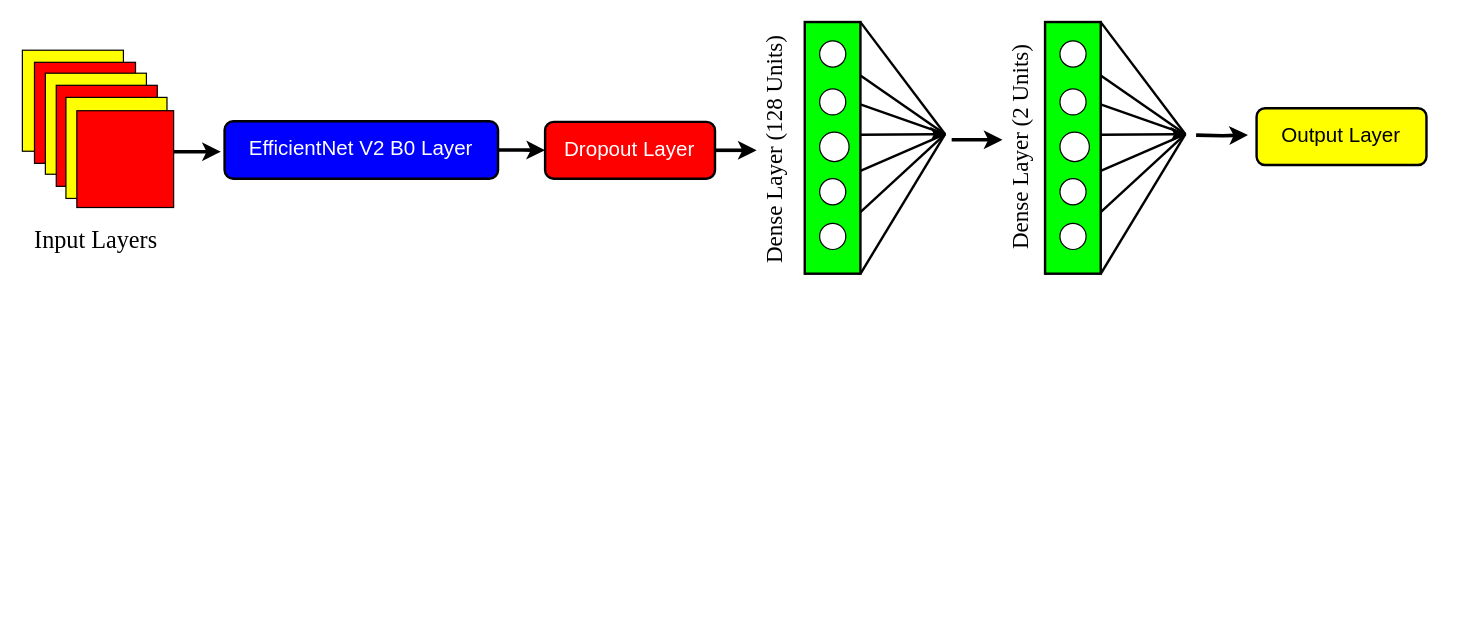
a3X3k/-Random- keeps this draw.io diagram as EfficientNet V2 B0.drawio. Above is the earlier version. Source tidied: cells renumbered, new cells numbered last; positions are measured from the earlier drawing's top-left corner, leaving out a move shared by most shapes. Both pictures are drawn from the tidied source at 121%, with x=0, y=0 at pixel (22, 22).
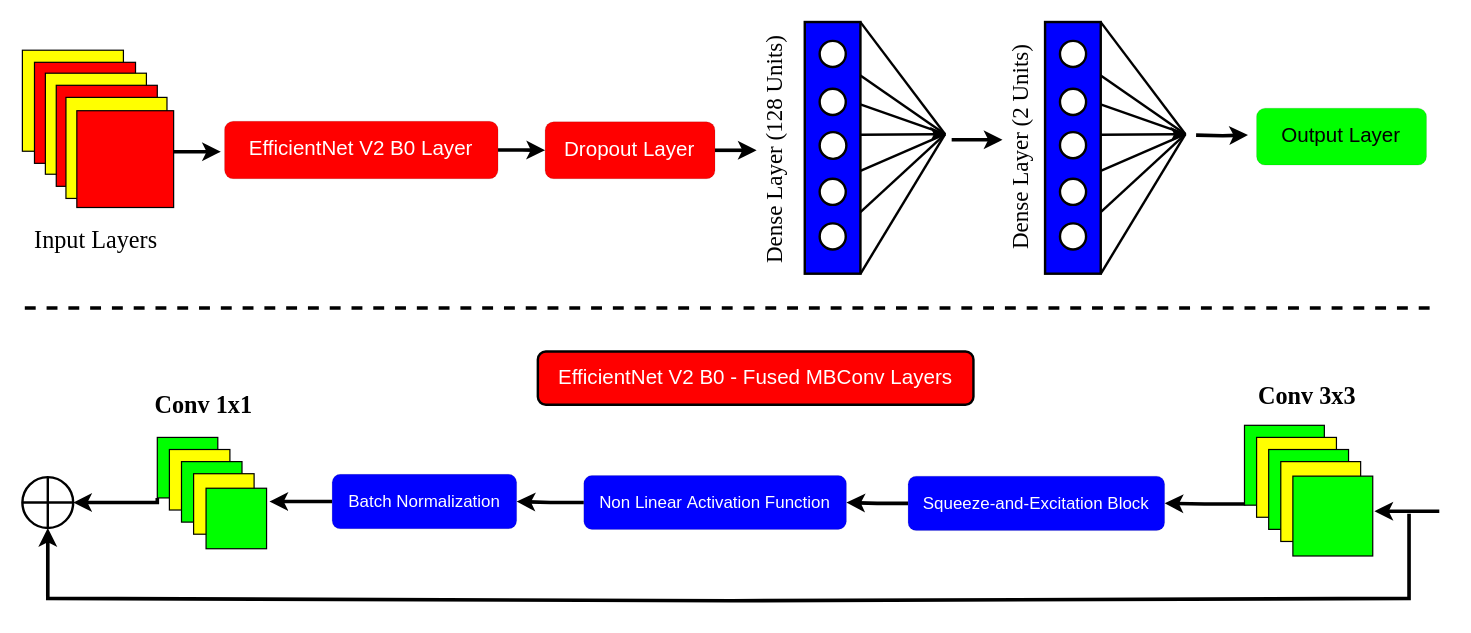
The same page after the edit.

Diff of the diagram source:
```diff
@@
-    <mxCell id="8" style="rounded=0;whiteSpace=wrap;html=1;shadow=0;glass=0;sketch=0;fillStyle=auto;strokeColor=#000000;strokeWidth=2;fillColor=#00FF00;gradientColor=none;direction=south;textDirection=ltr;horizontal=0;fontFamily=Times New Roman;fontSize=20;" parent="1" vertex="1">
+    <mxCell id="8" style="rounded=0;whiteSpace=wrap;html=1;shadow=0;glass=0;sketch=0;fillStyle=auto;strokeColor=#000000;strokeWidth=2;fillColor=#0000FF;gradientColor=none;direction=south;textDirection=ltr;horizontal=0;fontFamily=Times New Roman;fontSize=20;" parent="1" vertex="1">
       <mxGeometry x="646.6" y="-0.3" width="46" height="208" as="geometry" />
     </mxCell>
-    <mxCell id="9" style="ellipse;whiteSpace=wrap;html=1;rounded=0;shadow=0;glass=0;sketch=0;fillStyle=auto;strokeColor=#000000;strokeWidth=1;fontFamily=Times New Roman;fontSize=20;fillColor=#FFFFFF;gradientColor=none;" parent="1" vertex="1">
+    <mxCell id="9" style="ellipse;whiteSpace=wrap;html=1;rounded=0;shadow=0;glass=0;sketch=0;fillStyle=auto;strokeColor=#000000;strokeWidth=2;fontFamily=Times New Roman;fontSize=20;fillColor=#FFFFFF;gradientColor=none;" parent="1" vertex="1">
       <mxGeometry x="658.9" y="15.3" width="21.6" height="21.6" as="geometry" />
     </mxCell>
@@
-    <mxCell id="11" style="ellipse;whiteSpace=wrap;html=1;rounded=0;shadow=0;glass=0;sketch=0;fillStyle=auto;strokeColor=#000000;strokeWidth=1;fontFamily=Times New Roman;fontSize=20;fillColor=#FFFFFF;gradientColor=none;" parent="1" vertex="1">
+    <mxCell id="11" style="ellipse;whiteSpace=wrap;html=1;rounded=0;shadow=0;glass=0;sketch=0;fillStyle=auto;strokeColor=#000000;strokeWidth=2;fontFamily=Times New Roman;fontSize=20;fillColor=#FFFFFF;gradientColor=none;" parent="1" vertex="1">
       <mxGeometry x="658.9" y="54.9" width="21.6" height="21.6" as="geometry" />
     </mxCell>
-    <mxCell id="12" style="ellipse;whiteSpace=wrap;html=1;rounded=0;shadow=0;glass=0;sketch=0;fillStyle=auto;strokeColor=#000000;strokeWidth=1;fontFamily=Times New Roman;fontSize=20;fillColor=#FFFFFF;gradientColor=none;" parent="1" vertex="1">
-      <mxGeometry x="658.9" y="90.7" width="24.3" height="24.3" as="geometry" />
+    <mxCell id="12" style="ellipse;whiteSpace=wrap;html=1;rounded=0;shadow=0;glass=0;sketch=0;fillStyle=auto;strokeColor=#000000;strokeWidth=2;fontFamily=Times New Roman;fontSize=20;fillColor=#FFFFFF;gradientColor=none;" parent="1" vertex="1">
+      <mxGeometry x="658.9" y="90.7" width="22.1" height="22.1" as="geometry" />
     </mxCell>
-    <mxCell id="13" style="ellipse;whiteSpace=wrap;html=1;rounded=0;shadow=0;glass=0;sketch=0;fillStyle=auto;strokeColor=#000000;strokeWidth=1;fontFamily=Times New Roman;fontSize=20;fillColor=#FFFFFF;gradientColor=none;" parent="1" vertex="1">
+    <mxCell id="13" style="ellipse;whiteSpace=wrap;html=1;rounded=0;shadow=0;glass=0;sketch=0;fillStyle=auto;strokeColor=#000000;strokeWidth=2;fontFamily=Times New Roman;fontSize=20;fillColor=#FFFFFF;gradientColor=none;" parent="1" vertex="1">
       <mxGeometry x="658.9" y="129.2" width="21.6" height="21.6" as="geometry" />
     </mxCell>
-    <mxCell id="14" style="ellipse;whiteSpace=wrap;html=1;rounded=0;shadow=0;glass=0;sketch=0;fillStyle=auto;strokeColor=#000000;strokeWidth=1;fontFamily=Times New Roman;fontSize=20;fillColor=#FFFFFF;gradientColor=none;" parent="1" vertex="1">
+    <mxCell id="14" style="ellipse;whiteSpace=wrap;html=1;rounded=0;shadow=0;glass=0;sketch=0;fillStyle=auto;strokeColor=#000000;strokeWidth=2;fontFamily=Times New Roman;fontSize=20;fillColor=#FFFFFF;gradientColor=none;" parent="1" vertex="1">
       <mxGeometry x="658.9" y="166.1" width="21.6" height="21.6" as="geometry" />
     </mxCell>
@@
-    <mxCell id="24" value="&lt;font color=&quot;#ffffff&quot; style=&quot;font-size: 17px;&quot;&gt;Dropout Layer&lt;/font&gt;" style="rounded=1;whiteSpace=wrap;html=1;fillColor=#FF0000;strokeWidth=2;" parent="1" vertex="1">
+    <mxCell id="24" value="&lt;font color=&quot;#ffffff&quot; style=&quot;font-size: 17px;&quot;&gt;Dropout Layer&lt;/font&gt;" style="rounded=1;whiteSpace=wrap;html=1;fillColor=#FF0000;strokeWidth=0;" parent="1" vertex="1">
       <mxGeometry x="432" y="82.2" width="140.4" height="47" as="geometry" />
     </mxCell>
@@
-    <mxCell id="26" value="&lt;font color=&quot;#ffffff&quot; style=&quot;font-size: 17px;&quot;&gt;EfficientNet V2 B0 Layer&lt;/font&gt;" style="rounded=1;whiteSpace=wrap;html=1;rotation=0;horizontal=1;fillColor=#0000FF;strokeWidth=2;" parent="1" vertex="1">
+    <mxCell id="26" value="&lt;font color=&quot;#ffffff&quot; style=&quot;font-size: 17px;&quot;&gt;EfficientNet V2 B0 Layer&lt;/font&gt;" style="rounded=1;whiteSpace=wrap;html=1;rotation=0;horizontal=1;fillColor=#FF0000;strokeWidth=0;" parent="1" vertex="1">
       <mxGeometry x="167.1" y="81.7" width="226" height="47.5" as="geometry" />
     </mxCell>
-    <mxCell id="27" style="rounded=0;whiteSpace=wrap;html=1;shadow=0;glass=0;sketch=0;fillStyle=auto;strokeColor=#000000;strokeWidth=2;fillColor=#00FF00;gradientColor=none;direction=south;textDirection=ltr;horizontal=0;fontFamily=Times New Roman;fontSize=20;" parent="1" vertex="1">
+    <mxCell id="27" style="rounded=0;whiteSpace=wrap;html=1;shadow=0;glass=0;sketch=0;fillStyle=auto;strokeColor=#000000;strokeWidth=2;fillColor=#0000FF;gradientColor=none;direction=south;textDirection=ltr;horizontal=0;fontFamily=Times New Roman;fontSize=20;" parent="1" vertex="1">
       <mxGeometry x="845.2" y="-0.3" width="46" height="208" as="geometry" />
     </mxCell>
-    <mxCell id="28" style="ellipse;whiteSpace=wrap;html=1;rounded=0;shadow=0;glass=0;sketch=0;fillStyle=auto;strokeColor=#000000;strokeWidth=1;fontFamily=Times New Roman;fontSize=20;fillColor=#FFFFFF;gradientColor=none;" parent="1" vertex="1">
+    <mxCell id="28" style="ellipse;whiteSpace=wrap;html=1;rounded=0;shadow=0;glass=0;sketch=0;fillStyle=auto;strokeColor=#000000;strokeWidth=2;fontFamily=Times New Roman;fontSize=20;fillColor=#FFFFFF;gradientColor=none;" parent="1" vertex="1">
       <mxGeometry x="857.5" y="15.3" width="21.6" height="21.6" as="geometry" />
     </mxCell>
-    <mxCell id="29" style="ellipse;whiteSpace=wrap;html=1;rounded=0;shadow=0;glass=0;sketch=0;fillStyle=auto;strokeColor=#000000;strokeWidth=1;fontFamily=Times New Roman;fontSize=20;fillColor=#FFFFFF;gradientColor=none;" parent="1" vertex="1">
+    <mxCell id="29" style="ellipse;whiteSpace=wrap;html=1;rounded=0;shadow=0;glass=0;sketch=0;fillStyle=auto;strokeColor=#000000;strokeWidth=2;fontFamily=Times New Roman;fontSize=20;fillColor=#FFFFFF;gradientColor=none;" parent="1" vertex="1">
       <mxGeometry x="857.5" y="54.9" width="21.6" height="21.6" as="geometry" />
     </mxCell>
-    <mxCell id="30" style="ellipse;whiteSpace=wrap;html=1;rounded=0;shadow=0;glass=0;sketch=0;fillStyle=auto;strokeColor=#000000;strokeWidth=1;fontFamily=Times New Roman;fontSize=20;fillColor=#FFFFFF;gradientColor=none;" parent="1" vertex="1">
-      <mxGeometry x="857.5" y="90.7" width="24.3" height="24.3" as="geometry" />
+    <mxCell id="30" style="ellipse;whiteSpace=wrap;html=1;rounded=0;shadow=0;glass=0;sketch=0;fillStyle=auto;strokeColor=#000000;strokeWidth=2;fontFamily=Times New Roman;fontSize=20;fillColor=#FFFFFF;gradientColor=none;" parent="1" vertex="1">
+      <mxGeometry x="857.5" y="90.7" width="21.6" height="21.6" as="geometry" />
     </mxCell>
-    <mxCell id="31" style="ellipse;whiteSpace=wrap;html=1;rounded=0;shadow=0;glass=0;sketch=0;fillStyle=auto;strokeColor=#000000;strokeWidth=1;fontFamily=Times New Roman;fontSize=20;fillColor=#FFFFFF;gradientColor=none;" parent="1" vertex="1">
+    <mxCell id="31" style="ellipse;whiteSpace=wrap;html=1;rounded=0;shadow=0;glass=0;sketch=0;fillStyle=auto;strokeColor=#000000;strokeWidth=2;fontFamily=Times New Roman;fontSize=20;fillColor=#FFFFFF;gradientColor=none;" parent="1" vertex="1">
       <mxGeometry x="857.5" y="129.2" width="21.6" height="21.6" as="geometry" />
     </mxCell>
-    <mxCell id="32" style="ellipse;whiteSpace=wrap;html=1;rounded=0;shadow=0;glass=0;sketch=0;fillStyle=auto;strokeColor=#000000;strokeWidth=1;fontFamily=Times New Roman;fontSize=20;fillColor=#FFFFFF;gradientColor=none;" parent="1" vertex="1">
+    <mxCell id="32" style="ellipse;whiteSpace=wrap;html=1;rounded=0;shadow=0;glass=0;sketch=0;fillStyle=auto;strokeColor=#000000;strokeWidth=2;fontFamily=Times New Roman;fontSize=20;fillColor=#FFFFFF;gradientColor=none;" parent="1" vertex="1">
       <mxGeometry x="857.5" y="166.1" width="21.6" height="21.6" as="geometry" />
     </mxCell>
@@
-    <mxCell id="43" value="&lt;font style=&quot;font-size: 17px;&quot;&gt;Output Layer&lt;/font&gt;" style="rounded=1;whiteSpace=wrap;html=1;fillColor=#FFFF00;strokeWidth=2;" parent="1" vertex="1">
+    <mxCell id="43" value="&lt;font style=&quot;font-size: 17px;&quot;&gt;Output Layer&lt;/font&gt;" style="rounded=1;whiteSpace=wrap;html=1;fillColor=#00FF00;strokeWidth=0;" parent="1" vertex="1">
       <mxGeometry x="1020" y="70.9" width="140.4" height="47" as="geometry" />
     </mxCell>
@@
+    <mxCell id="45" style="endArrow=none;dashed=1;html=1;rounded=0;strokeWidth=3;" parent="1" edge="1">
+      <mxGeometry relative="1" as="geometry">
+        <mxPoint x="2" y="236" as="sourcePoint" />
+        <mxPoint x="1171" y="236" as="targetPoint" />
+      </mxGeometry>
+    </mxCell>
+    <mxCell id="46" value="&lt;font color=&quot;#ffffff&quot; style=&quot;font-size: 17px;&quot;&gt;&lt;font style=&quot;font-size: 17px;&quot;&gt;EfficientNet V2 B0 -&amp;nbsp;&lt;/font&gt;Fused MBConv Layers&lt;/font&gt;" style="rounded=1;whiteSpace=wrap;html=1;rotation=0;horizontal=1;fillColor=#FF0000;strokeWidth=2;" parent="1" vertex="1">
+      <mxGeometry x="426" y="272" width="360" height="44" as="geometry" />
+    </mxCell>
+    <mxCell id="47" style="edgeStyle=orthogonalEdgeStyle;rounded=0;jettySize=auto;html=1;exitX=0;exitY=0.5;exitDx=0;exitDy=0;strokeWidth=3;" parent="1" edge="1" source="48">
+      <mxGeometry relative="1" as="geometry">
+        <mxPoint x="204.2" y="396" as="targetPoint" />
+      </mxGeometry>
+    </mxCell>
+    <mxCell id="48" value="&lt;p style=&quot;line-height: 150%;&quot;&gt;&lt;font color=&quot;#ffffff&quot; style=&quot;font-size: 14px;&quot;&gt;Batch Normalization&lt;/font&gt;&lt;/p&gt;" style="rounded=1;whiteSpace=wrap;html=1;fillColor=#0000FF;strokeWidth=0;align=center;" parent="1" vertex="1">
+      <mxGeometry x="256" y="373.5" width="152.5" height="45" as="geometry" />
+    </mxCell>
+    <mxCell id="49" style="edgeStyle=orthogonalEdgeStyle;rounded=0;jettySize=auto;html=1;exitX=0;exitY=0.5;exitDx=0;exitDy=0;entryX=1;entryY=0.5;entryDx=0;entryDy=0;strokeWidth=3;" parent="1" edge="1" source="50" target="48">
+      <mxGeometry relative="1" as="geometry" />
+    </mxCell>
+    <mxCell id="50" value="&lt;p style=&quot;line-height: 150%;&quot;&gt;&lt;font color=&quot;#ffffff&quot; style=&quot;font-size: 14px;&quot;&gt;Non Linear&amp;nbsp;Activation Function&lt;/font&gt;&lt;/p&gt;" style="rounded=1;whiteSpace=wrap;html=1;fillColor=#0000FF;strokeWidth=0;align=center;" parent="1" vertex="1">
+      <mxGeometry x="464" y="374.5" width="217" height="44.5" as="geometry" />
+    </mxCell>
+    <mxCell id="51" style="edgeStyle=orthogonalEdgeStyle;rounded=0;jettySize=auto;html=1;exitX=0;exitY=1;exitDx=0;exitDy=0;entryX=1;entryY=0.5;entryDx=0;entryDy=0;strokeWidth=3;" parent="1" edge="1" source="52" target="66">
+      <mxGeometry relative="1" as="geometry">
+        <Array as="points">
+          <mxPoint x="112" y="397" />
+        </Array>
+      </mxGeometry>
+    </mxCell>
+    <mxCell id="52" style="whiteSpace=wrap;html=1;fillColor=#00FF00;shadow=0;strokeColor=#000000;rounded=0;sketch=0;glass=0;strokeWidth=1;fillStyle=auto;perimeterSpacing=0;fontSize=20;flipH=0;flipV=1;rotation=0;" parent="1" vertex="1">
+      <mxGeometry x="111.5" y="343" width="50" height="50" as="geometry" />
+    </mxCell>
+    <mxCell id="53" style="whiteSpace=wrap;html=1;fillColor=#FFFF00;shadow=0;strokeColor=#000000;rounded=0;sketch=0;glass=0;strokeWidth=1;fillStyle=auto;perimeterSpacing=0;fontSize=20;flipH=0;flipV=1;rotation=0;" parent="1" vertex="1">
+      <mxGeometry x="121.5" y="353" width="50" height="50" as="geometry" />
+    </mxCell>
+    <mxCell id="54" style="whiteSpace=wrap;html=1;fillColor=#00FF00;shadow=0;strokeColor=#000000;rounded=0;sketch=0;glass=0;strokeWidth=1;fillStyle=auto;perimeterSpacing=0;fontSize=20;flipH=0;flipV=1;rotation=0;" parent="1" vertex="1">
+      <mxGeometry x="131.5" y="363" width="50" height="50" as="geometry" />
+    </mxCell>
+    <mxCell id="55" style="whiteSpace=wrap;html=1;fillColor=#FFFF00;shadow=0;strokeColor=#000000;rounded=0;sketch=0;glass=0;strokeWidth=1;fillStyle=auto;perimeterSpacing=0;fontSize=20;flipH=0;flipV=1;rotation=0;" parent="1" vertex="1">
+      <mxGeometry x="141.5" y="373" width="50" height="50" as="geometry" />
+    </mxCell>
+    <mxCell id="56" style="edgeStyle=orthogonalEdgeStyle;rounded=0;jettySize=auto;html=1;exitX=0;exitY=0.5;exitDx=0;exitDy=0;entryX=1;entryY=0.5;entryDx=0;entryDy=0;strokeWidth=3;" parent="1" edge="1" source="57" target="50">
+      <mxGeometry relative="1" as="geometry" />
+    </mxCell>
+    <mxCell id="57" value="&lt;p style=&quot;line-height: 150%;&quot;&gt;&lt;font color=&quot;#ffffff&quot; style=&quot;font-size: 14px;&quot;&gt;Squeeze-and-Excitation Block&lt;/font&gt;&lt;/p&gt;" style="rounded=1;whiteSpace=wrap;html=1;fillColor=#0000FF;strokeWidth=0;align=center;" parent="1" vertex="1">
+      <mxGeometry x="732" y="375" width="212" height="45" as="geometry" />
+    </mxCell>
+    <mxCell id="58" style="edgeStyle=orthogonalEdgeStyle;rounded=0;jettySize=auto;html=1;exitX=0;exitY=1;exitDx=0;exitDy=0;entryX=1;entryY=0.5;entryDx=0;entryDy=0;strokeWidth=3;" parent="1" edge="1" source="59" target="57">
+      <mxGeometry relative="1" as="geometry">
+        <Array as="points">
+          <mxPoint x="1010" y="398" />
+          <mxPoint x="977" y="398" />
+        </Array>
+      </mxGeometry>
+    </mxCell>
+    <mxCell id="59" style="whiteSpace=wrap;html=1;fillColor=#00FF00;shadow=0;strokeColor=#000000;rounded=0;sketch=0;glass=0;strokeWidth=1;fillStyle=auto;perimeterSpacing=0;fontSize=20;flipH=0;flipV=1;rotation=0;" parent="1" vertex="1">
+      <mxGeometry x="1010" y="333" width="66" height="66" as="geometry" />
+    </mxCell>
+    <mxCell id="60" style="whiteSpace=wrap;html=1;fillColor=#FFFF00;shadow=0;strokeColor=#000000;rounded=0;sketch=0;glass=0;strokeWidth=1;fillStyle=auto;perimeterSpacing=0;fontSize=20;flipH=0;flipV=1;rotation=0;" parent="1" vertex="1">
+      <mxGeometry x="1020" y="343" width="66" height="66" as="geometry" />
+    </mxCell>
+    <mxCell id="61" style="whiteSpace=wrap;html=1;fillColor=#00FF00;shadow=0;strokeColor=#000000;rounded=0;sketch=0;glass=0;strokeWidth=1;fillStyle=auto;perimeterSpacing=0;fontSize=20;flipH=0;flipV=1;rotation=0;" parent="1" vertex="1">
+      <mxGeometry x="1030" y="353" width="66" height="66" as="geometry" />
+    </mxCell>
+    <mxCell id="62" style="whiteSpace=wrap;html=1;fillColor=#FFFF00;shadow=0;strokeColor=#000000;rounded=0;sketch=0;glass=0;strokeWidth=1;fillStyle=auto;perimeterSpacing=0;fontSize=20;flipH=0;flipV=1;rotation=0;" parent="1" vertex="1">
+      <mxGeometry x="1040" y="363" width="66" height="66" as="geometry" />
+    </mxCell>
+    <mxCell id="63" style="whiteSpace=wrap;html=1;fillColor=#00FF00;shadow=0;strokeColor=#000000;rounded=0;sketch=0;glass=0;strokeWidth=1;fillStyle=auto;perimeterSpacing=0;fontSize=20;flipH=0;flipV=1;rotation=0;" parent="1" vertex="1">
+      <mxGeometry x="151.8" y="385" width="50" height="50" as="geometry" />
+    </mxCell>
+    <mxCell id="64" style="whiteSpace=wrap;html=1;fillColor=#00FF00;shadow=0;strokeColor=#000000;rounded=0;sketch=0;glass=0;strokeWidth=1;fillStyle=auto;perimeterSpacing=0;fontSize=20;flipH=0;flipV=1;rotation=0;" parent="1" vertex="1">
+      <mxGeometry x="1050" y="375" width="66" height="66" as="geometry" />
+    </mxCell>
+    <mxCell id="65" style="endArrow=classic;html=1;rounded=0;strokeWidth=3;" parent="1" edge="1">
+      <mxGeometry relative="1" as="geometry">
+        <mxPoint x="1171" y="404" as="sourcePoint" />
+        <mxPoint x="1117.4" y="404" as="targetPoint" />
+      </mxGeometry>
+    </mxCell>
+    <mxCell id="66" style="ellipse;whiteSpace=wrap;html=1;strokeWidth=2;" parent="1" vertex="1">
+      <mxGeometry y="375.8" width="42" height="42" as="geometry" />
+    </mxCell>
+    <mxCell id="67" style="endArrow=none;html=1;rounded=0;entryX=0.5;entryY=0;entryDx=0;entryDy=0;exitX=0.5;exitY=1;exitDx=0;exitDy=0;strokeWidth=2;" parent="1" edge="1" source="66" target="66">
+      <mxGeometry relative="1" as="geometry" />
+    </mxCell>
+    <mxCell id="68" style="endArrow=none;html=1;rounded=0;exitX=0;exitY=0.5;exitDx=0;exitDy=0;entryX=1;entryY=0.5;entryDx=0;entryDy=0;strokeWidth=2;" parent="1" edge="1" source="66" target="66">
+      <mxGeometry relative="1" as="geometry" />
+    </mxCell>
+    <mxCell id="69" style="endArrow=classic;html=1;rounded=0;strokeWidth=3;entryX=0.5;entryY=1;entryDx=0;entryDy=0;" parent="1" edge="1" target="66">
+      <mxGeometry relative="1" as="geometry">
+        <mxPoint x="1146" y="406" as="sourcePoint" />
+        <Array as="points">
+          <mxPoint x="1146" y="476" />
+          <mxPoint x="586" y="478" />
+          <mxPoint x="21" y="476" />
+        </Array>
+      </mxGeometry>
+    </mxCell>
+    <mxCell id="70" value="Conv 1x1" style="text;html=1;strokeColor=none;fillColor=none;align=center;verticalAlign=middle;whiteSpace=wrap;rounded=0;shadow=0;glass=0;sketch=0;fillStyle=auto;strokeWidth=1;fontFamily=Times New Roman;fontSize=20;fontStyle=1;" parent="1" vertex="1">
+      <mxGeometry x="107.9" y="300" width="83.6" height="30" as="geometry" />
+    </mxCell>
+    <mxCell id="71" value="Conv 3x3" style="text;html=1;strokeColor=none;fillColor=none;align=center;verticalAlign=middle;whiteSpace=wrap;rounded=0;shadow=0;glass=0;sketch=0;fillStyle=auto;strokeWidth=1;fontFamily=Times New Roman;fontSize=20;fontStyle=1;" parent="1" vertex="1">
+      <mxGeometry x="1020" y="293" width="83.6" height="30" as="geometry" />
+    </mxCell>
```
